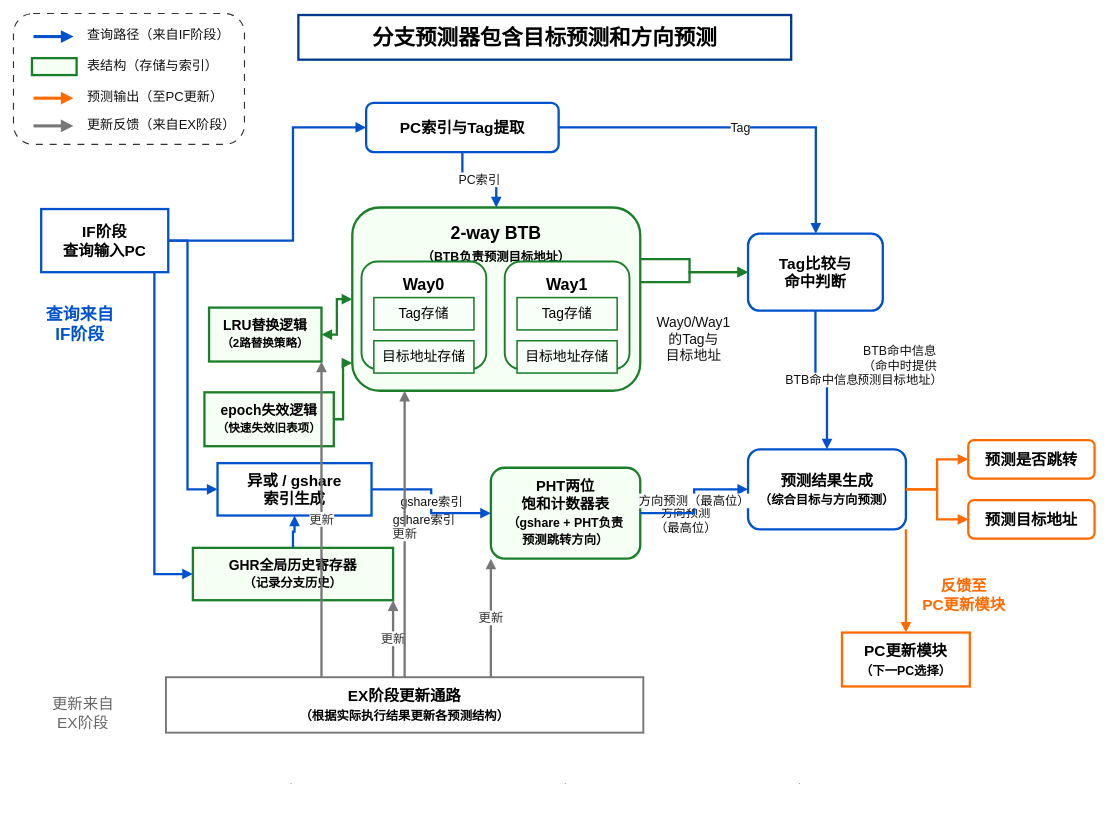
Before: 分支预测.drawio in jay101-STAR/graduation_project, a draw.io diagram. Source tidied: cells renumbered, new cells numbered last; positions are measured from the earlier drawing's top-left corner, leaving out a move shared by most shapes. Both pictures are drawn from the tidied source at 77%, with x=0, y=0 at pixel (13, 13).
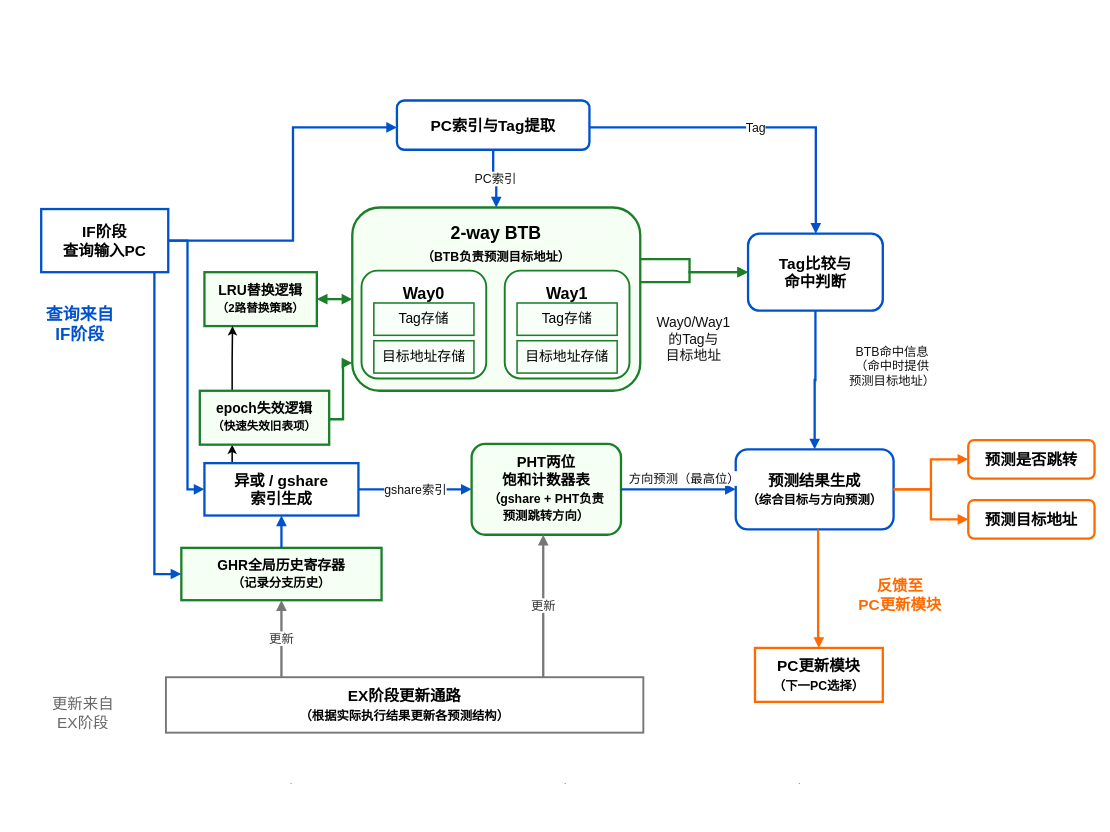
The same diagram, later.

Commit message:
更新分支预测.drawio

Unchanged cells that the change refers to:
```xml
<mxCell id="15" value="2-way BTB&lt;br&gt;&lt;font style=&quot;font-size: 16px;&quot;&gt;（BTB负责预测目标地址）&lt;/font&gt;" style="rounded=1;whiteSpace=wrap;html=1;fillColor=#F6FFF4;strokeColor=#1B7F2A;strokeWidth=3;fontSize=23;fontStyle=1;align=center;verticalAlign=top;spacingTop=14;" parent="1" vertex="1">
  <mxGeometry x="440" y="252" width="374" height="238" as="geometry" />
</mxCell>
<mxCell id="22" value="Tag比较与&lt;br&gt;命中判断" style="rounded=1;whiteSpace=wrap;html=1;fillColor=#FFFFFF;strokeColor=#0052CC;strokeWidth=3;fontSize=20;fontStyle=1;align=center;verticalAlign=middle;" parent="1" vertex="1">
  <mxGeometry x="954" y="286" width="175" height="100" as="geometry" />
</mxCell>
<mxCell id="37" value="EX阶段更新通路&lt;br&gt;&lt;font style=&quot;font-size: 16px;&quot;&gt;（根据实际执行结果更新各预测结构）&lt;/font&gt;" style="rounded=0;whiteSpace=wrap;html=1;fillColor=#FFFFFF;strokeColor=#777777;strokeWidth=2.5;fontSize=20;fontStyle=1;align=center;verticalAlign=middle;" parent="1" vertex="1">
  <mxGeometry x="198" y="862" width="620" height="72" as="geometry" />
</mxCell>
```

What changed in the source:
```diff
@@
-    <mxCell id="2" value="分支预测器包含目标预测和方向预测" style="rounded=0;whiteSpace=wrap;html=1;fillColor=#FFFFFF;strokeColor=#003A8C;strokeWidth=3;fontSize=28;fontStyle=1;align=center;verticalAlign=middle;" parent="1" vertex="1">
-      <mxGeometry x="370" y="2" width="640" height="58" as="geometry" />
-    </mxCell>
-    <mxCell id="3" style="rounded=1;whiteSpace=wrap;html=1;fillColor=#FFFFFF;strokeColor=#333333;dashed=1;dashPattern=6 6;strokeWidth=1.5;" parent="1" vertex="1">
-      <mxGeometry width="300" height="170" as="geometry" />
-    </mxCell>
-    <mxCell id="4" value="查询路径（来自IF阶段）" style="text;html=1;strokeColor=none;fillColor=none;align=left;verticalAlign=middle;fontSize=17;fontColor=#111111;" parent="1" vertex="1">
-      <mxGeometry x="94" y="16" width="180" height="26" as="geometry" />
-    </mxCell>
-    <mxCell id="5" value="表结构（存储与索引）" style="text;html=1;strokeColor=none;fillColor=none;align=left;verticalAlign=middle;fontSize=17;fontColor=#111111;" parent="1" vertex="1">
-      <mxGeometry x="94" y="56" width="190" height="26" as="geometry" />
-    </mxCell>
-    <mxCell id="6" value="预测输出（至PC更新）" style="text;html=1;strokeColor=none;fillColor=none;align=left;verticalAlign=middle;fontSize=17;fontColor=#111111;" parent="1" vertex="1">
-      <mxGeometry x="94" y="96" width="190" height="26" as="geometry" />
-    </mxCell>
-    <mxCell id="7" value="更新反馈（来自EX阶段）" style="text;html=1;strokeColor=none;fillColor=none;align=left;verticalAlign=middle;fontSize=17;fontColor=#111111;" parent="1" vertex="1">
-      <mxGeometry x="94" y="132" width="190" height="26" as="geometry" />
-    </mxCell>
-    <mxCell id="8" style="endArrow=block;html=1;rounded=0;strokeWidth=4;strokeColor=#0052CC;" parent="1" edge="1">
-      <mxGeometry relative="1" as="geometry">
-        <mxPoint x="26" y="30" as="sourcePoint" />
-        <mxPoint x="78" y="30" as="targetPoint" />
-      </mxGeometry>
-    </mxCell>
-    <mxCell id="9" style="rounded=0;whiteSpace=wrap;html=1;fillColor=#F6FFF4;strokeColor=#1B7F2A;strokeWidth=3;" parent="1" vertex="1">
-      <mxGeometry x="24" y="58" width="58" height="22" as="geometry" />
-    </mxCell>
-    <mxCell id="10" style="endArrow=block;html=1;rounded=0;strokeWidth=4;strokeColor=#FF6A00;" parent="1" edge="1">
-      <mxGeometry relative="1" as="geometry">
-        <mxPoint x="26" y="110" as="sourcePoint" />
-        <mxPoint x="78" y="110" as="targetPoint" />
-      </mxGeometry>
-    </mxCell>
-    <mxCell id="11" style="endArrow=block;html=1;rounded=0;strokeWidth=4;strokeColor=#777777;" parent="1" edge="1">
-      <mxGeometry relative="1" as="geometry">
-        <mxPoint x="26" y="146" as="sourcePoint" />
-        <mxPoint x="78" y="146" as="targetPoint" />
-      </mxGeometry>
-    </mxCell>
@@
     <mxCell id="14" value="PC索引与Tag提取" style="rounded=1;whiteSpace=wrap;html=1;fillColor=#FFFFFF;strokeColor=#0052CC;strokeWidth=3;fontSize=20;fontStyle=1;align=center;verticalAlign=middle;" parent="1" vertex="1">
-      <mxGeometry x="458" y="116" width="250" height="64" as="geometry" />
+      <mxGeometry x="498" y="113" width="250" height="64" as="geometry" />
     </mxCell>
@@
     <mxCell id="16" value="Way0" style="rounded=1;whiteSpace=wrap;html=1;fillColor=#FFFFFF;strokeColor=#1B7F2A;strokeWidth=2.5;fontSize=21;fontStyle=1;align=center;verticalAlign=top;spacingTop=10;" parent="1" vertex="1">
-      <mxGeometry x="452" y="322" width="162" height="140" as="geometry" />
+      <mxGeometry x="452" y="334" width="162" height="140" as="geometry" />
     </mxCell>
     <mxCell id="17" value="Way1" style="rounded=1;whiteSpace=wrap;html=1;fillColor=#FFFFFF;strokeColor=#1B7F2A;strokeWidth=2.5;fontSize=21;fontStyle=1;align=center;verticalAlign=top;spacingTop=10;" parent="1" vertex="1">
-      <mxGeometry x="638" y="322" width="162" height="140" as="geometry" />
+      <mxGeometry x="638" y="334" width="162" height="140" as="geometry" />
     </mxCell>
     <mxCell id="18" value="Tag存储" style="rounded=0;whiteSpace=wrap;html=1;fillColor=#F8FFF8;strokeColor=#1B7F2A;strokeWidth=2;fontSize=18;align=center;verticalAlign=middle;" parent="1" vertex="1">
-      <mxGeometry x="468" y="369" width="130" height="42" as="geometry" />
+      <mxGeometry x="468" y="376" width="130" height="42" as="geometry" />
     </mxCell>
@@
     <mxCell id="20" value="Tag存储" style="rounded=0;whiteSpace=wrap;html=1;fillColor=#F8FFF8;strokeColor=#1B7F2A;strokeWidth=2;fontSize=18;align=center;verticalAlign=middle;" parent="1" vertex="1">
-      <mxGeometry x="654" y="369" width="130" height="42" as="geometry" />
+      <mxGeometry x="654" y="376" width="130" height="42" as="geometry" />
     </mxCell>
@@
     <mxCell id="24" value="BTB命中信息&lt;br&gt;（命中时提供&lt;br&gt;预测目标地址）" style="text;html=1;strokeColor=none;fillColor=none;align=center;verticalAlign=middle;fontSize=16;fontColor=#111111;" parent="1" vertex="1">
-      <mxGeometry x="1078" y="414" width="145" height="86" as="geometry" />
+      <mxGeometry x="1068" y="415" width="145" height="86" as="geometry" />
     </mxCell>
     <mxCell id="25" value="GHR全局历史寄存器&lt;br&gt;&lt;font style=&quot;font-size: 16px;&quot;&gt;（记录分支历史）&lt;/font&gt;" style="rounded=0;whiteSpace=wrap;html=1;fillColor=#F6FFF4;strokeColor=#1B7F2A;strokeWidth=3;fontSize=18;fontStyle=1;align=center;verticalAlign=middle;" parent="1" vertex="1">
-      <mxGeometry x="233" y="694" width="260" height="68" as="geometry" />
+      <mxGeometry x="218" y="694" width="260" height="68" as="geometry" />
     </mxCell>
+    <mxCell id="62" style="edgeStyle=orthogonalEdgeStyle;rounded=0;jettySize=auto;html=1;exitX=0.25;exitY=0;exitDx=0;exitDy=0;entryX=0.25;entryY=1;entryDx=0;entryDy=0;strokeWidth=2;" parent="1" edge="1" source="26" target="31">
+      <mxGeometry relative="1" as="geometry" />
+    </mxCell>
     <mxCell id="26" value="异或 / gshare&lt;br&gt;索引生成" style="rounded=0;whiteSpace=wrap;html=1;fillColor=#FFFFFF;strokeColor=#0052CC;strokeWidth=3;fontSize=20;fontStyle=1;align=center;verticalAlign=middle;" parent="1" vertex="1">
-      <mxGeometry x="265" y="584" width="200" height="68" as="geometry" />
+      <mxGeometry x="248" y="584" width="200" height="68" as="geometry" />
     </mxCell>
     <mxCell id="27" value="PHT两位&lt;br&gt;饱和计数器表&lt;br&gt;&lt;font style=&quot;font-size: 16px;&quot;&gt;（gshare + PHT负责&lt;br&gt;预测跳转方向）&lt;/font&gt;" style="rounded=1;whiteSpace=wrap;html=1;fillColor=#F6FFF4;strokeColor=#1B7F2A;strokeWidth=3;fontSize=19;fontStyle=1;align=center;verticalAlign=middle;" parent="1" vertex="1">
-      <mxGeometry x="620" y="590" width="194" height="118" as="geometry" />
+      <mxGeometry x="595" y="559" width="194" height="118" as="geometry" />
     </mxCell>
-    <mxCell id="28" value="gshare索引" style="text;html=1;strokeColor=none;fillColor=none;align=center;verticalAlign=middle;fontSize=16;fontColor=#111111;" parent="1" vertex="1">
-      <mxGeometry x="478" y="642" width="110" height="30" as="geometry" />
-    </mxCell>
-    <mxCell id="29" value="方向预测&lt;br&gt;（最高位）" style="text;html=1;strokeColor=none;fillColor=none;align=center;verticalAlign=middle;fontSize=16;fontColor=#111111;" parent="1" vertex="1">
-      <mxGeometry x="828" y="634" width="90" height="48" as="geometry" />
-    </mxCell>
     <mxCell id="30" value="LRU替换逻辑&lt;br&gt;&lt;font style=&quot;font-size: 15px;&quot;&gt;（2路替换策略）&lt;/font&gt;" style="rounded=0;whiteSpace=wrap;html=1;fillColor=#F6FFF4;strokeColor=#1B7F2A;strokeWidth=3;fontSize=18;fontStyle=1;align=center;verticalAlign=middle;" parent="1" vertex="1">
-      <mxGeometry x="254" y="382" width="146" height="70" as="geometry" />
+      <mxGeometry x="248" y="336" width="146" height="70" as="geometry" />
     </mxCell>
+    <mxCell id="63" style="edgeStyle=orthogonalEdgeStyle;rounded=0;jettySize=auto;html=1;exitX=0.25;exitY=0;exitDx=0;exitDy=0;entryX=0.25;entryY=1;entryDx=0;entryDy=0;strokeWidth=2;" parent="1" edge="1" source="31" target="30">
+      <mxGeometry relative="1" as="geometry" />
+    </mxCell>
     <mxCell id="31" value="epoch失效逻辑&lt;br&gt;&lt;font style=&quot;font-size: 15px;&quot;&gt;（快速失效旧表项）&lt;/font&gt;" style="rounded=0;whiteSpace=wrap;html=1;fillColor=#F6FFF4;strokeColor=#1B7F2A;strokeWidth=3;fontSize=18;fontStyle=1;align=center;verticalAlign=middle;" parent="1" vertex="1">
-      <mxGeometry x="248" y="492" width="168" height="70" as="geometry" />
+      <mxGeometry x="242" y="490" width="168" height="70" as="geometry" />
     </mxCell>
     <mxCell id="32" value="预测结果生成&lt;br&gt;&lt;font style=&quot;font-size: 16px;&quot;&gt;（综合目标与方向预测）&lt;/font&gt;" style="rounded=1;whiteSpace=wrap;html=1;fillColor=#FFFFFF;strokeColor=#0052CC;strokeWidth=3;fontSize=20;fontStyle=1;align=center;verticalAlign=middle;" parent="1" vertex="1">
-      <mxGeometry x="954" y="566" width="205" height="104" as="geometry" />
+      <mxGeometry x="938" y="566" width="205" height="104" as="geometry" />
     </mxCell>
@@
     <mxCell id="35" value="PC更新模块&lt;br&gt;&lt;font style=&quot;font-size: 16px;&quot;&gt;（下一PC选择）&lt;/font&gt;" style="rounded=0;whiteSpace=wrap;html=1;fillColor=#FFFFFF;strokeColor=#FF6A00;strokeWidth=3;fontSize=20;fontStyle=1;align=center;verticalAlign=middle;" parent="1" vertex="1">
-      <mxGeometry x="1076" y="804" width="166" height="70" as="geometry" />
+      <mxGeometry x="963" y="824" width="166" height="70" as="geometry" />
     </mxCell>
     <mxCell id="36" value="反馈至&lt;br&gt;PC更新模块" style="text;html=1;strokeColor=none;fillColor=none;align=center;verticalAlign=middle;fontSize=20;fontStyle=1;fontColor=#FF6A00;" parent="1" vertex="1">
-      <mxGeometry x="1174" y="724" width="120" height="62" as="geometry" />
+      <mxGeometry x="1090.5" y="724" width="120" height="62" as="geometry" />
     </mxCell>
@@
     <mxCell id="49" value="方向预测（最高位）" style="edgeStyle=orthogonalEdgeStyle;rounded=0;html=1;endArrow=block;strokeWidth=3;strokeColor=#0052CC;fontSize=16;fontColor=#111111;" parent="1" edge="1" source="27" target="32">
-      <mxGeometry relative="1" as="geometry" />
+      <mxGeometry x="0.18" y="15" relative="1" as="geometry">
+        <mxPoint x="-6" y="1" as="offset" />
+      </mxGeometry>
     </mxCell>
-    <mxCell id="50" value="BTB命中信息" style="edgeStyle=orthogonalEdgeStyle;rounded=0;html=1;endArrow=block;strokeWidth=3;strokeColor=#0052CC;fontSize=16;fontColor=#111111;" parent="1" edge="1" source="22" target="32">
+    <mxCell id="50" style="edgeStyle=orthogonalEdgeStyle;rounded=0;html=1;endArrow=block;strokeWidth=3;strokeColor=#0052CC;fontSize=16;fontColor=#111111;" parent="1" edge="1" source="22" target="32">
       <mxGeometry relative="1" as="geometry" />
     </mxCell>
@@
-    <mxCell id="57" style="edgeStyle=orthogonalEdgeStyle;rounded=0;html=1;endArrow=block;strokeWidth=3;strokeColor=#FF6A00;" parent="1" edge="1" source="32" target="35">
+    <mxCell id="57" style="edgeStyle=orthogonalEdgeStyle;rounded=0;html=1;endArrow=block;strokeWidth=3;strokeColor=#FF6A00;entryX=0.5;entryY=0;entryDx=0;entryDy=0;" parent="1" edge="1" source="32" target="35">
       <mxGeometry relative="1" as="geometry">
         <Array as="points">
-          <mxPoint x="1159" y="724" />
+          <mxPoint x="1045" y="724" />
+          <mxPoint x="1045" y="724" />
+          <mxPoint x="1045" y="811" />
+          <mxPoint x="1046" y="811" />
         </Array>
       </mxGeometry>
     </mxCell>
     <mxCell id="58" value="更新" style="edgeStyle=orthogonalEdgeStyle;rounded=0;html=1;endArrow=block;strokeWidth=3;strokeColor=#777777;fontSize=16;fontColor=#333333;" parent="1" edge="1" source="37" target="25">
       <mxGeometry relative="1" as="geometry">
         <Array as="points">
-          <mxPoint x="270" y="862" />
-          <mxPoint x="270" y="790" />
+          <mxPoint x="348" y="824" />
+          <mxPoint x="348" y="824" />
         </Array>
       </mxGeometry>
     </mxCell>
     <mxCell id="59" value="更新" style="edgeStyle=orthogonalEdgeStyle;rounded=0;html=1;endArrow=block;strokeWidth=3;strokeColor=#777777;fontSize=16;fontColor=#333333;" parent="1" edge="1" source="37" target="27">
       <mxGeometry relative="1" as="geometry">
         <Array as="points">
-          <mxPoint x="716" y="862" />
+          <mxPoint x="688" y="814" />
+          <mxPoint x="688" y="814" />
         </Array>
       </mxGeometry>
     </mxCell>
-    <mxCell id="60" value="更新" style="edgeStyle=orthogonalEdgeStyle;rounded=0;html=1;endArrow=block;strokeWidth=3;strokeColor=#777777;fontSize=16;fontColor=#333333;" parent="1" edge="1" source="37" target="15">
-      <mxGeometry relative="1" as="geometry">
-        <Array as="points">
-          <mxPoint x="570" y="862" />
-          <mxPoint x="570" y="524" />
-        </Array>
-      </mxGeometry>
-    </mxCell>
-    <mxCell id="61" value="更新" style="edgeStyle=orthogonalEdgeStyle;rounded=0;html=1;endArrow=block;strokeWidth=3;strokeColor=#777777;fontSize=16;fontColor=#333333;" parent="1" edge="1" source="37" target="30">
-      <mxGeometry relative="1" as="geometry">
-        <Array as="points">
-          <mxPoint x="328" y="862" />
-          <mxPoint x="328" y="480" />
-        </Array>
-      </mxGeometry>
-    </mxCell>
```
